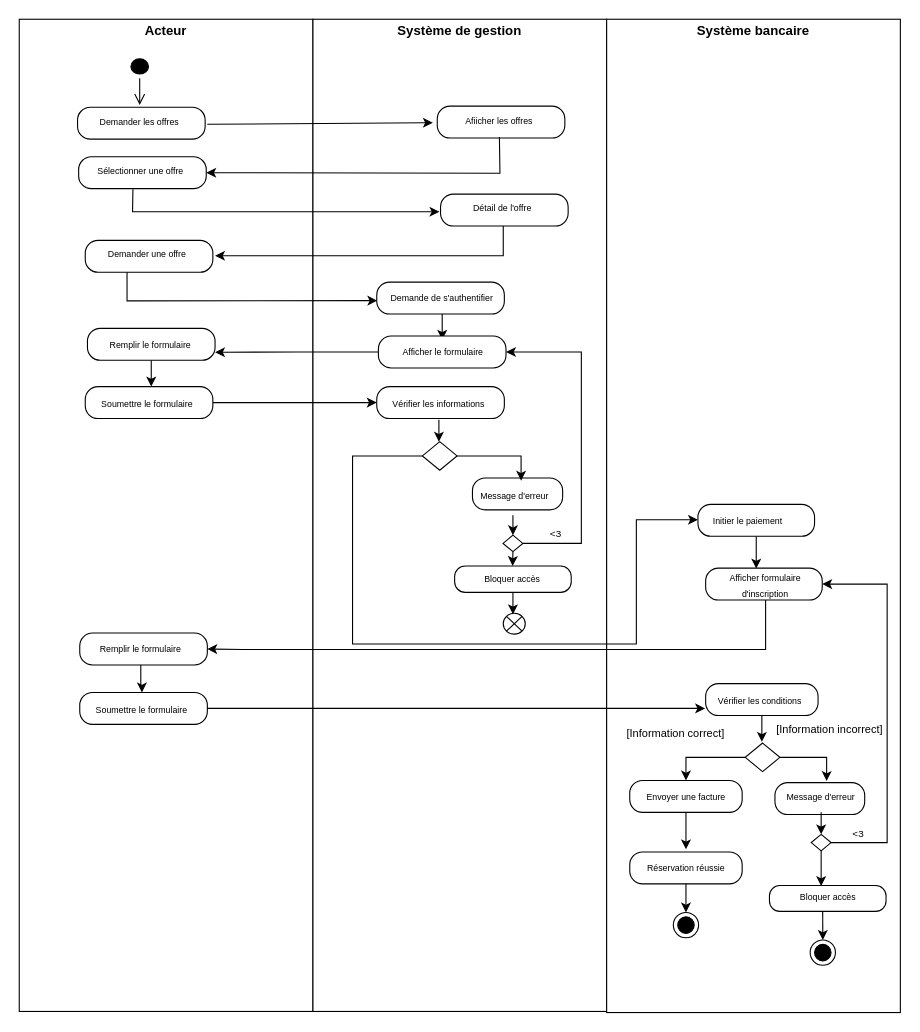
The draw.io diagram activity1.drawio in louis-fresnel99/TpGasaL1, before the edit. Source tidied: cells renumbered, new cells numbered last; positions are measured from the earlier drawing's top-left corner, leaving out a move shared by most shapes. Both pictures are drawn from the tidied source at 110%, with x=0, y=0 at pixel (19, 19).
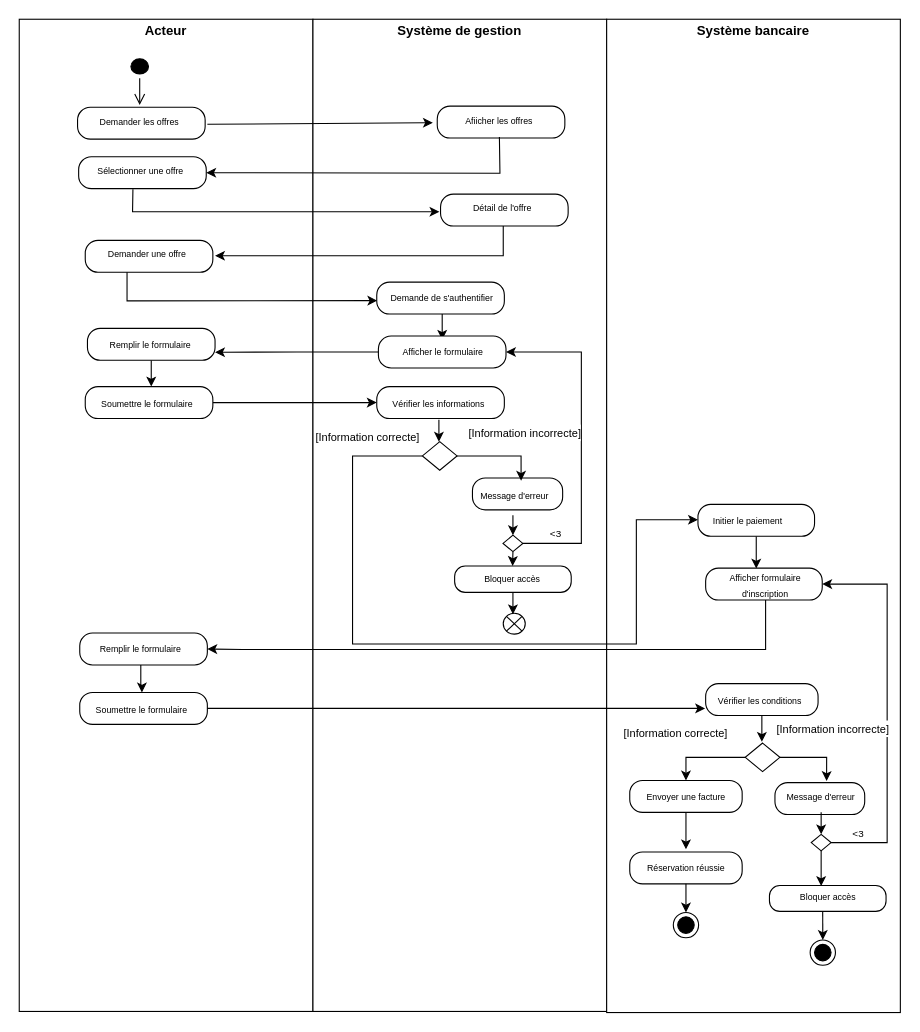
Above is the later version.

Commit message (it also covers changes not shown here):
Mettre à jour activity1.drawio

The edit, as a diff of the source:
```diff
@@
-    <mxCell id="88" value="&lt;span&gt;&lt;font style=&quot;color: rgb(0, 0, 0); font-size: 10px;&quot;&gt;[Information correct]&lt;/font&gt;&lt;/span&gt;" style="text;html=1;align=center;verticalAlign=middle;whiteSpace=wrap;rounded=0;fontFamily=Helvetica;fontSize=12;fontColor=#FFFFFF;labelBackgroundColor=light-dark(#ffffff, #000000);" parent="1" vertex="1">
+    <mxCell id="88" value="&lt;span&gt;&lt;font style=&quot;color: rgb(0, 0, 0); font-size: 10px;&quot;&gt;[Information correcte]&lt;/font&gt;&lt;/span&gt;" style="text;html=1;align=center;verticalAlign=middle;whiteSpace=wrap;rounded=0;fontFamily=Helvetica;fontSize=12;fontColor=#FFFFFF;labelBackgroundColor=light-dark(#ffffff, #000000);" parent="1" vertex="1">
       <mxGeometry x="547" y="637" width="100" height="23" as="geometry" />
     </mxCell>
-    <mxCell id="89" value="&lt;span&gt;&lt;font style=&quot;color: rgb(0, 0, 0); font-size: 10px;&quot;&gt;[Information incorrect]&lt;/font&gt;&lt;/span&gt;" style="text;html=1;align=center;verticalAlign=middle;whiteSpace=wrap;rounded=0;fontFamily=Helvetica;fontSize=12;fontColor=#FFFFFF;labelBackgroundColor=light-dark(#ffffff, #000000);" parent="1" vertex="1">
-      <mxGeometry x="687" y="633" width="100" height="23" as="geometry" />
+    <mxCell id="89" value="&lt;span&gt;&lt;font style=&quot;color: rgb(0, 0, 0); font-size: 10px;&quot;&gt;[Information incorrecte]&lt;/font&gt;&lt;/span&gt;" style="text;html=1;align=center;verticalAlign=middle;whiteSpace=wrap;rounded=0;fontFamily=Helvetica;fontSize=12;fontColor=#FFFFFF;labelBackgroundColor=light-dark(#ffffff, #000000);" parent="1" vertex="1">
+      <mxGeometry x="687" y="633" width="106" height="23" as="geometry" />
     </mxCell>
@@
+    <mxCell id="91" value="&lt;span&gt;&lt;font style=&quot;color: rgb(0, 0, 0); font-size: 10px;&quot;&gt;[Information correcte]&lt;/font&gt;&lt;/span&gt;" style="text;html=1;align=center;verticalAlign=middle;whiteSpace=wrap;rounded=0;fontFamily=Helvetica;fontSize=12;fontColor=#FFFFFF;labelBackgroundColor=light-dark(#ffffff, #000000);" parent="1" vertex="1">
+      <mxGeometry x="267" y="368" width="100" height="23" as="geometry" />
+    </mxCell>
+    <mxCell id="92" value="&lt;span&gt;&lt;font style=&quot;color: rgb(0, 0, 0); font-size: 10px;&quot;&gt;[Information incorrecte]&lt;/font&gt;&lt;/span&gt;" style="text;html=1;align=center;verticalAlign=middle;whiteSpace=wrap;rounded=0;fontFamily=Helvetica;fontSize=12;fontColor=#FFFFFF;labelBackgroundColor=light-dark(#ffffff, #000000);" parent="1" vertex="1">
+      <mxGeometry x="407" y="364" width="106" height="23" as="geometry" />
+    </mxCell>
```
